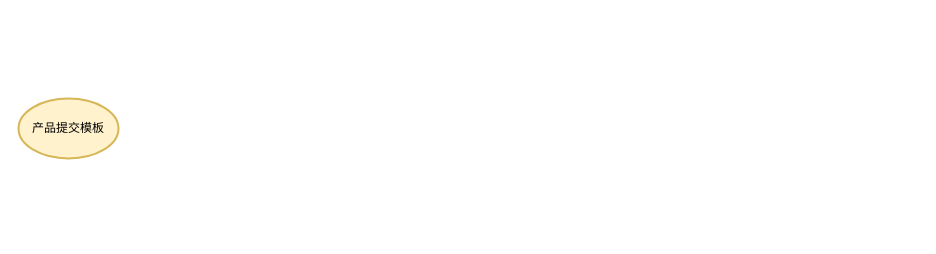
gituserc123/HelloWorld keeps this draw.io diagram as page "模板审核流程_1" (1 of 2) of msgdataflow.drawio. Above is the earlier version. Source tidied: cells renumbered, new cells numbered last; positions are measured from the earlier drawing's top-left corner, leaving out a move shared by most shapes. Both pictures are drawn from the tidied source at 100%, with x=0, y=0 at pixel (18, 98).
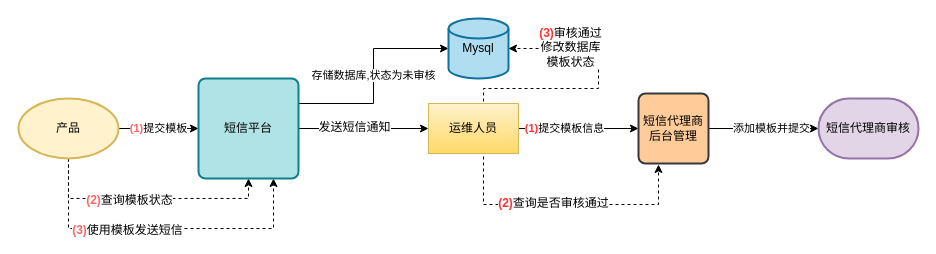
Above is the later version.

Diff of the diagram source:
```diff
@@
+    <mxCell id="3" value="&lt;b&gt;&lt;font color=&quot;#ff6666&quot;&gt;(1)&lt;/font&gt;&lt;/b&gt;提交模板" style="edgeStyle=orthogonalEdgeStyle;rounded=0;jettySize=auto;html=1;" parent="1" edge="1" source="2">
+      <mxGeometry relative="1" as="geometry">
+        <mxPoint x="180" y="30" as="targetPoint" />
+      </mxGeometry>
+    </mxCell>
+    <mxCell id="4" style="edgeStyle=orthogonalEdgeStyle;rounded=0;jettySize=auto;html=1;entryX=0.5;entryY=1;entryDx=0;entryDy=0;dashed=1;" parent="1" edge="1" source="2" target="11">
+      <mxGeometry relative="1" as="geometry">
+        <Array as="points">
+          <mxPoint x="50" y="100" />
+          <mxPoint x="230" y="100" />
+        </Array>
+      </mxGeometry>
+    </mxCell>
+    <mxCell id="5" value="&lt;b&gt;&lt;font color=&quot;#ff6666&quot;&gt;(2)&lt;/font&gt;&lt;/b&gt;查询模板状态" style="text;html=1;align=center;verticalAlign=middle;labelBackgroundColor=#ffffff;" parent="4" vertex="1">
+      <mxGeometry x="-0.17" y="-1" relative="1" as="geometry" />
+    </mxCell>
+    <mxCell id="6" style="edgeStyle=orthogonalEdgeStyle;rounded=0;jettySize=auto;html=1;exitX=0.5;exitY=1;exitDx=0;exitDy=0;exitPerimeter=0;entryX=0.75;entryY=1;entryDx=0;entryDy=0;dashed=1;" parent="1" edge="1" source="2" target="11">
+      <mxGeometry relative="1" as="geometry">
+        <Array as="points">
+          <mxPoint x="50" y="130" />
+          <mxPoint x="255" y="130" />
+        </Array>
+      </mxGeometry>
+    </mxCell>
+    <mxCell id="7" value="&lt;font color=&quot;#ff6666&quot;&gt;&lt;b&gt;(3)&lt;/b&gt;&lt;/font&gt;使用模板发送短信" style="text;html=1;align=center;verticalAlign=middle;labelBackgroundColor=#ffffff;" parent="6" vertex="1">
+      <mxGeometry x="-0.21" y="-1" relative="1" as="geometry" />
+    </mxCell>
-    <mxCell id="2" value="产品提交模板" style="strokeWidth=2;html=1;shape=mxgraph.flowchart.start_1;whiteSpace=wrap;fillColor=#fff2cc;strokeColor=#d6b656;" parent="1" vertex="1">
+    <mxCell id="2" value="产品" style="strokeWidth=2;html=1;shape=mxgraph.flowchart.start_1;whiteSpace=wrap;fillColor=#fff2cc;strokeColor=#d6b656;" parent="1" vertex="1">
       <mxGeometry width="100" height="60" as="geometry" />
     </mxCell>
+    <mxCell id="8" value="存储数据库,状态为未审核" style="edgeStyle=orthogonalEdgeStyle;rounded=0;jettySize=auto;html=1;exitX=1;exitY=0.25;exitDx=0;exitDy=0;" parent="1" edge="1" source="11" target="12">
+      <mxGeometry relative="1" as="geometry" />
+    </mxCell>
+    <mxCell id="9" style="edgeStyle=orthogonalEdgeStyle;rounded=0;jettySize=auto;html=1;exitX=1;exitY=0.5;exitDx=0;exitDy=0;entryX=0;entryY=0.5;entryDx=0;entryDy=0;" parent="1" edge="1" source="11" target="18">
+      <mxGeometry relative="1" as="geometry" />
+    </mxCell>
+    <mxCell id="10" value="发送短信通知" style="text;html=1;align=center;verticalAlign=middle;labelBackgroundColor=#ffffff;" parent="9" vertex="1">
+      <mxGeometry x="-0.16" y="2" relative="1" as="geometry" />
+    </mxCell>
+    <mxCell id="11" value="短信平台" style="rounded=1;whiteSpace=wrap;html=1;absoluteArcSize=1;arcSize=14;strokeWidth=2;fillColor=#b0e3e6;strokeColor=#0e8088;" parent="1" vertex="1">
+      <mxGeometry x="180" y="-20" width="100" height="100" as="geometry" />
+    </mxCell>
+    <mxCell id="12" value="Mysql" style="strokeWidth=2;html=1;shape=mxgraph.flowchart.database;whiteSpace=wrap;fillColor=#b1ddf0;strokeColor=#10739e;" parent="1" vertex="1">
+      <mxGeometry x="430" y="-80" width="60" height="60" as="geometry" />
+    </mxCell>
+    <mxCell id="13" value="&lt;b&gt;&lt;font color=&quot;#ff3333&quot;&gt;(1)&lt;/font&gt;&lt;/b&gt;提交模板信息" style="edgeStyle=orthogonalEdgeStyle;rounded=0;jettySize=auto;html=1;exitX=1;exitY=0.5;exitDx=0;exitDy=0;entryX=0;entryY=0.5;entryDx=0;entryDy=0;" parent="1" edge="1" source="18" target="20">
+      <mxGeometry x="-0.23" relative="1" as="geometry" />
+    </mxCell>
+    <mxCell id="14" style="edgeStyle=orthogonalEdgeStyle;rounded=0;jettySize=auto;html=1;dashed=1;exitX=0.5;exitY=0.9;exitDx=0;exitDy=0;exitPerimeter=0;" parent="1" edge="1" source="18">
+      <mxGeometry relative="1" as="geometry">
+        <mxPoint x="640" y="66" as="targetPoint" />
+        <Array as="points">
+          <mxPoint x="465" y="106" />
+          <mxPoint x="640" y="106" />
+        </Array>
+      </mxGeometry>
+    </mxCell>
+    <mxCell id="15" value="&lt;b&gt;&lt;font color=&quot;#ff3333&quot;&gt;(2)&lt;/font&gt;&lt;/b&gt;查询是否审核通过" style="text;html=1;align=center;verticalAlign=middle;labelBackgroundColor=#ffffff;" parent="14" vertex="1">
+      <mxGeometry x="-0.04" y="2" relative="1" as="geometry" />
+    </mxCell>
+    <mxCell id="16" style="edgeStyle=orthogonalEdgeStyle;rounded=0;jettySize=auto;html=1;exitX=0.5;exitY=0;exitDx=0;exitDy=0;entryX=1;entryY=0.5;entryDx=0;entryDy=0;entryPerimeter=0;dashed=1;" parent="1" edge="1" source="18" target="12">
+      <mxGeometry relative="1" as="geometry">
+        <Array as="points">
+          <mxPoint x="465" y="-10" />
+          <mxPoint x="580" y="-10" />
+          <mxPoint x="580" y="-50" />
+        </Array>
+      </mxGeometry>
+    </mxCell>
+    <mxCell id="17" value="&lt;font color=&quot;#ff3333&quot;&gt;&lt;b&gt;(3)&lt;/b&gt;&lt;/font&gt;审核通过&lt;br&gt;修改数据库&lt;br&gt;模板状态" style="text;html=1;align=center;verticalAlign=middle;labelBackgroundColor=#ffffff;" parent="16" vertex="1">
+      <mxGeometry x="0.55" y="-2" relative="1" as="geometry" />
+    </mxCell>
+    <mxCell id="18" value="运维人员" style="rounded=0;whiteSpace=wrap;html=1;gradientColor=#ffd966;fillColor=#fff2cc;strokeColor=#d6b656;" parent="1" vertex="1">
+      <mxGeometry x="410" y="5" width="90" height="50" as="geometry" />
+    </mxCell>
+    <mxCell id="19" value="&lt;span&gt;添加模板并提交&lt;/span&gt;" style="edgeStyle=orthogonalEdgeStyle;rounded=0;jettySize=auto;html=1;entryX=0;entryY=0.5;entryDx=0;entryDy=0;entryPerimeter=0;" parent="1" edge="1" source="20" target="21">
+      <mxGeometry x="0.14" relative="1" as="geometry" />
+    </mxCell>
+    <mxCell id="20" value="短信代理商后台管理" style="rounded=1;whiteSpace=wrap;html=1;absoluteArcSize=1;arcSize=14;strokeWidth=2;fillColor=#ffcc99;strokeColor=#36393d;" parent="1" vertex="1">
+      <mxGeometry x="620" y="-5" width="70" height="70" as="geometry" />
+    </mxCell>
+    <mxCell id="21" value="短信代理商审核" style="strokeWidth=2;html=1;shape=mxgraph.flowchart.terminator;whiteSpace=wrap;fillColor=#e1d5e7;strokeColor=#9673a6;" parent="1" vertex="1">
+      <mxGeometry x="800" width="100" height="60" as="geometry" />
+    </mxCell>
```
